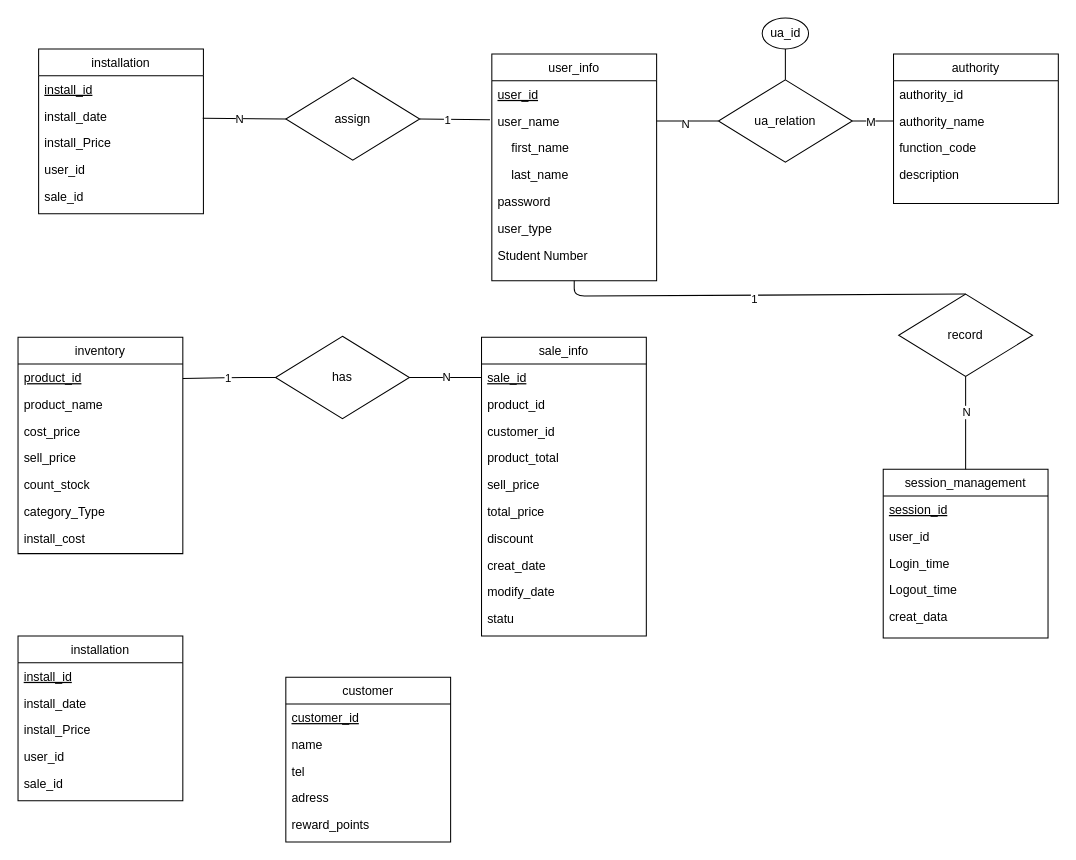
Earlier version of the draw.io diagram Untitled Diagram.drawio (zjlqwe2/study). Source tidied: cells renumbered, new cells numbered last; positions are measured from the earlier drawing's top-left corner, leaving out a move shared by most shapes. Both pictures are drawn from the tidied source at 103%, with x=0, y=0 at pixel (18, 18).
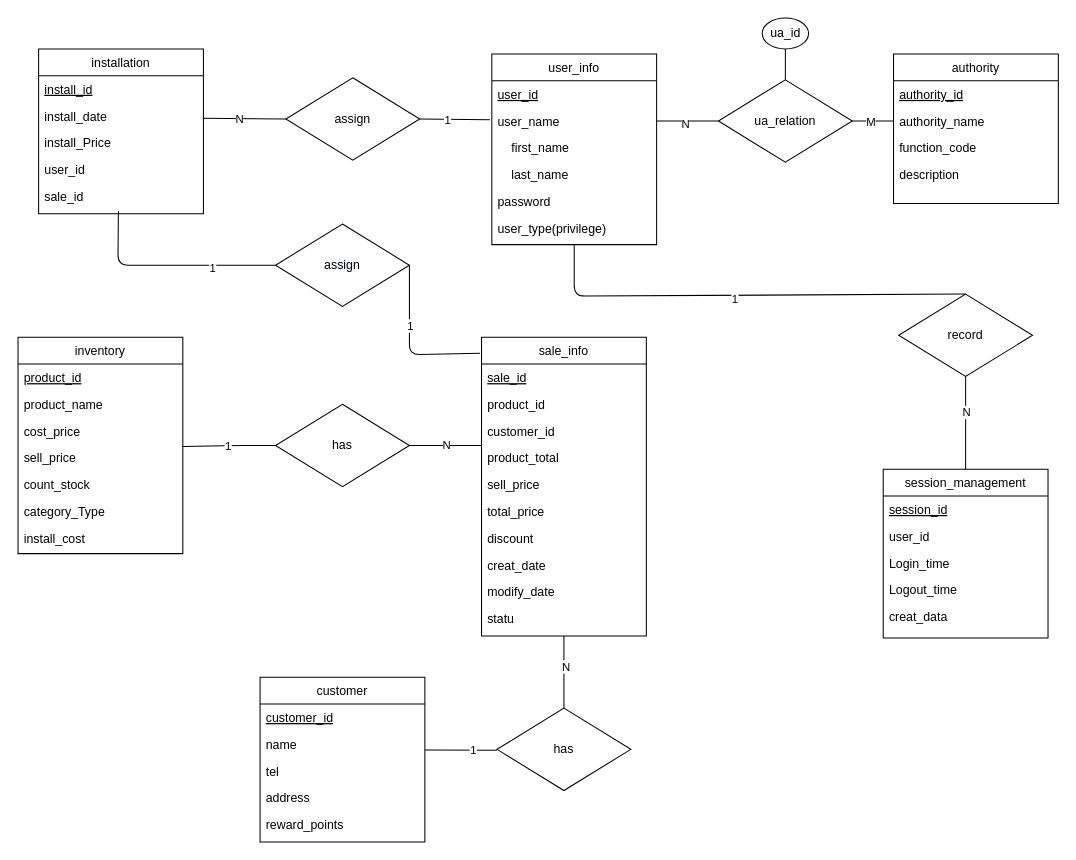
The same diagram, later.

Unchanged cells that the change refers to:
```xml
<mxCell id="16" value="authority" style="swimlane;fontStyle=0;align=center;verticalAlign=top;horizontal=1;startSize=26;rounded=0;shadow=0;strokeWidth=1;" parent="1" vertex="1">
  <mxGeometry x="850" y="35" width="160" height="145" as="geometry" />
</mxCell>
<mxCell id="38" value="sale_id" style="text;align=left;verticalAlign=top;spacingLeft=4;spacingRight=4;overflow=hidden;points=[[0,0.5],[1,0.5]];portConstraint=eastwest;" parent="33" vertex="1">
  <mxGeometry y="130" width="160" height="26" as="geometry" />
</mxCell>
<mxCell id="44" value="sale_info" style="swimlane;fontStyle=0;align=center;verticalAlign=top;horizontal=1;startSize=26;rounded=0;shadow=0;strokeWidth=1;" parent="1" vertex="1">
  <mxGeometry x="450" y="310" width="160" height="290" as="geometry" />
</mxCell>
<mxCell id="45" value="sale_id" style="text;align=left;verticalAlign=top;spacingLeft=4;spacingRight=4;overflow=hidden;points=[[0,0.5],[1,0.5]];portConstraint=eastwest;fontStyle=4;" parent="44" vertex="1">
  <mxGeometry y="26" width="160" height="26" as="geometry" />
</mxCell>
<mxCell id="76" value="name" style="text;align=left;verticalAlign=top;spacingLeft=4;spacingRight=4;overflow=hidden;points=[[0,0.5],[1,0.5]];portConstraint=eastwest;rounded=0;shadow=0;html=0;" parent="74" vertex="1">
  <mxGeometry y="52" width="160" height="26" as="geometry" />
</mxCell>
```

The edit, as a diff of the source:
```diff
@@
     <mxCell id="2" value="user_info" style="swimlane;fontStyle=0;align=center;verticalAlign=top;horizontal=1;startSize=26;rounded=0;shadow=0;strokeWidth=1;" parent="1" vertex="1">
-      <mxGeometry x="460" y="35" width="160" height="220" as="geometry" />
+      <mxGeometry x="460" y="35" width="160" height="185" as="geometry" />
     </mxCell>
@@
-    <mxCell id="8" value="user_type" style="text;align=left;verticalAlign=top;spacingLeft=4;spacingRight=4;overflow=hidden;rounded=0;shadow=0;html=0;" parent="2" vertex="1">
+    <mxCell id="8" value="user_type(privilege)" style="text;align=left;verticalAlign=top;spacingLeft=4;spacingRight=4;overflow=hidden;rounded=0;shadow=0;html=0;" parent="2" vertex="1">
       <mxGeometry y="156" width="160" height="26" as="geometry" />
     </mxCell>
-    <mxCell id="9" value="Student Number" style="text;align=left;verticalAlign=top;spacingLeft=4;spacingRight=4;overflow=hidden;" parent="2" vertex="1">
-      <mxGeometry y="182" width="160" height="26" as="geometry" />
-    </mxCell>
@@
-    <mxCell id="17" value="authority_id" style="text;align=left;verticalAlign=top;spacingLeft=4;spacingRight=4;overflow=hidden;" parent="16" vertex="1">
+    <mxCell id="17" value="authority_id" style="text;align=left;verticalAlign=top;spacingLeft=4;spacingRight=4;overflow=hidden;fontStyle=4;" parent="16" vertex="1">
       <mxGeometry y="26" width="160" height="26" as="geometry" />
     </mxCell>
@@
+    <mxCell id="80" style="edgeStyle=orthogonalEdgeStyle;rounded=1;jettySize=auto;html=1;exitX=0.5;exitY=1;exitDx=0;exitDy=0;endArrow=none;endFill=0;strokeColor=default;entryX=0.5;entryY=0;entryDx=0;entryDy=0;" parent="1" edge="1" source="44" target="82">
+      <mxGeometry relative="1" as="geometry" />
+    </mxCell>
+    <mxCell id="81" value="N" style="edgeLabel;html=1;align=center;verticalAlign=middle;" parent="80" vertex="1">
+      <mxGeometry x="-0.18" y="1" relative="1" as="geometry" />
+    </mxCell>
@@
-    <mxCell id="63" value="installation" style="swimlane;fontStyle=0;align=center;verticalAlign=top;horizontal=1;startSize=26;rounded=0;shadow=0;strokeWidth=1;" parent="1" vertex="1">
-      <mxGeometry y="600" width="160" height="160" as="geometry" />
-    </mxCell>
-    <mxCell id="64" value="install_id" style="text;align=left;verticalAlign=top;spacingLeft=4;spacingRight=4;overflow=hidden;fontStyle=4;" parent="63" vertex="1">
-      <mxGeometry y="26" width="160" height="26" as="geometry" />
-    </mxCell>
-    <mxCell id="65" value="install_date" style="text;align=left;verticalAlign=top;spacingLeft=4;spacingRight=4;overflow=hidden;rounded=0;shadow=0;html=0;" parent="63" vertex="1">
-      <mxGeometry y="52" width="160" height="26" as="geometry" />
-    </mxCell>
-    <mxCell id="66" value="install_Price" style="text;align=left;verticalAlign=top;spacingLeft=4;spacingRight=4;overflow=hidden;rounded=0;shadow=0;html=0;" parent="63" vertex="1">
-      <mxGeometry y="78" width="160" height="26" as="geometry" />
-    </mxCell>
-    <mxCell id="67" value="user_id" style="text;align=left;verticalAlign=top;spacingLeft=4;spacingRight=4;overflow=hidden;rounded=0;shadow=0;html=0;" parent="63" vertex="1">
-      <mxGeometry y="104" width="160" height="26" as="geometry" />
-    </mxCell>
-    <mxCell id="68" value="sale_id" style="text;align=left;verticalAlign=top;spacingLeft=4;spacingRight=4;overflow=hidden;" parent="63" vertex="1">
-      <mxGeometry y="130" width="160" height="26" as="geometry" />
-    </mxCell>
     <mxCell id="69" value="has" style="rhombus;whiteSpace=wrap;html=1;" parent="1" vertex="1">
-      <mxGeometry x="250" y="309" width="130" height="80" as="geometry" />
+      <mxGeometry x="250" y="375" width="130" height="80" as="geometry" />
     </mxCell>
-    <mxCell id="70" style="endArrow=none;html=1;rounded=1;strokeColor=default;exitX=1;exitY=0.5;exitDx=0;exitDy=0;entryX=0;entryY=0.5;entryDx=0;entryDy=0;" parent="1" edge="1" source="69" target="45">
+    <mxCell id="70" style="endArrow=none;html=1;rounded=1;strokeColor=default;exitX=1;exitY=0.5;exitDx=0;exitDy=0;entryX=0;entryY=0.5;entryDx=0;entryDy=0;" parent="1" edge="1" source="69">
       <mxGeometry relative="1" as="geometry">
+        <mxPoint x="450" y="415" as="targetPoint" />
         <Array as="points">
-          <mxPoint x="420" y="349" />
+          <mxPoint x="420" y="415" />
         </Array>
       </mxGeometry>
     </mxCell>
@@
     <mxCell id="72" style="endArrow=none;html=1;rounded=1;strokeColor=default;entryX=0;entryY=0.5;entryDx=0;entryDy=0;" parent="1" edge="1" target="69">
       <mxGeometry relative="1" as="geometry">
-        <mxPoint x="160" y="350" as="sourcePoint" />
+        <mxPoint x="160" y="416" as="sourcePoint" />
         <Array as="points">
-          <mxPoint x="210" y="349" />
+          <mxPoint x="210" y="415" />
         </Array>
       </mxGeometry>
     </mxCell>
@@
     <mxCell id="74" value="customer" style="swimlane;fontStyle=0;align=center;verticalAlign=top;horizontal=1;startSize=26;rounded=0;shadow=0;strokeWidth=1;" parent="1" vertex="1">
-      <mxGeometry x="260" y="640" width="160" height="160" as="geometry" />
+      <mxGeometry x="235" y="640" width="160" height="160" as="geometry" />
     </mxCell>
@@
-    <mxCell id="78" value="adress" style="text;align=left;verticalAlign=top;spacingLeft=4;spacingRight=4;overflow=hidden;rounded=0;shadow=0;html=0;" parent="74" vertex="1">
+    <mxCell id="78" value="address" style="text;align=left;verticalAlign=top;spacingLeft=4;spacingRight=4;overflow=hidden;rounded=0;shadow=0;html=0;" parent="74" vertex="1">
       <mxGeometry y="104" width="160" height="26" as="geometry" />
     </mxCell>
@@
+    <mxCell id="82" value="has" style="rhombus;whiteSpace=wrap;html=1;" parent="1" vertex="1">
+      <mxGeometry x="465" y="670" width="130" height="80" as="geometry" />
+    </mxCell>
+    <mxCell id="83" style="endArrow=none;html=1;rounded=1;strokeColor=default;entryX=0;entryY=0.5;entryDx=0;entryDy=0;exitX=1;exitY=0.721;exitDx=0;exitDy=0;exitPerimeter=0;" parent="1" edge="1" source="76">
+      <mxGeometry relative="1" as="geometry">
+        <mxPoint x="465" y="711" as="targetPoint" />
+      </mxGeometry>
+    </mxCell>
+    <mxCell id="84" value="1" style="edgeLabel;html=1;align=center;verticalAlign=middle;" parent="83" vertex="1">
+      <mxGeometry x="0.34" relative="1" as="geometry" />
+    </mxCell>
+    <mxCell id="85" value="&#10;&#10;&lt;span style=&quot;color: rgb(0, 0, 0); font-family: helvetica; font-size: 12px; font-style: normal; font-weight: 400; letter-spacing: normal; text-align: center; text-indent: 0px; text-transform: none; word-spacing: 0px; background-color: rgb(248, 249, 250); display: inline; float: none;&quot;&gt;assign&lt;/span&gt;&#10;&#10;" style="rhombus;whiteSpace=wrap;html=1;" parent="1" vertex="1">
+      <mxGeometry x="250" y="200" width="130" height="80" as="geometry" />
+    </mxCell>
+    <mxCell id="86" style="endArrow=none;html=1;rounded=1;strokeColor=default;entryX=-0.009;entryY=0.053;entryDx=0;entryDy=0;entryPerimeter=0;exitX=1;exitY=0.5;exitDx=0;exitDy=0;" parent="1" edge="1" source="85" target="44">
+      <mxGeometry relative="1" as="geometry">
+        <Array as="points">
+          <mxPoint x="380" y="327" />
+        </Array>
+      </mxGeometry>
+    </mxCell>
+    <mxCell id="87" value="1" style="edgeLabel;html=1;align=center;verticalAlign=middle;" parent="86" vertex="1">
+      <mxGeometry x="-0.26" relative="1" as="geometry" />
+    </mxCell>
+    <mxCell id="88" style="endArrow=none;html=1;rounded=1;strokeColor=default;entryX=0;entryY=0.5;entryDx=0;entryDy=0;exitX=0.484;exitY=1.064;exitDx=0;exitDy=0;exitPerimeter=0;" parent="1" edge="1" source="38" target="85">
+      <mxGeometry relative="1" as="geometry">
+        <Array as="points">
+          <mxPoint x="97" y="240" />
+        </Array>
+      </mxGeometry>
+    </mxCell>
+    <mxCell id="89" value="1" style="edgeLabel;html=1;align=center;verticalAlign=middle;" parent="88" vertex="1">
+      <mxGeometry x="0.4" y="-2" relative="1" as="geometry" />
+    </mxCell>
```
